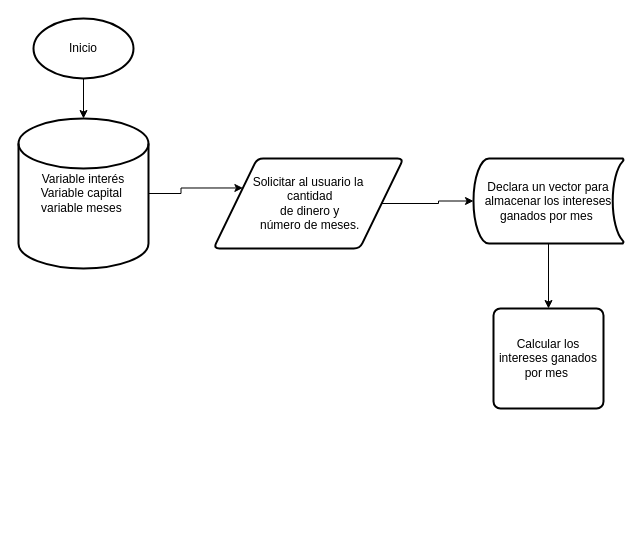
Before: Vectores.drawio in Diego-Campo/sistemas, a draw.io diagram. Source tidied: cells renumbered, new cells numbered last; positions are measured from the earlier drawing's top-left corner, leaving out a move shared by most shapes. Both pictures are drawn from the tidied source at 100%, with x=0, y=0 at pixel (18, 18).
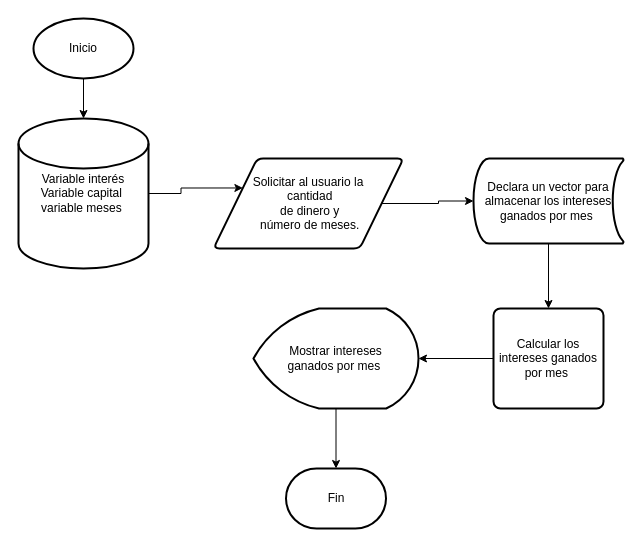
The same diagram, later.

Change to the diagram source:
```diff
@@
 <mxGraphModel>
   <root>
     <mxCell id="0" />
     <mxCell id="1" parent="0" />
     <mxCell id="2" style="edgeStyle=orthogonalEdgeStyle;rounded=0;jettySize=auto;html=1;exitX=0.5;exitY=1;exitDx=0;exitDy=0;exitPerimeter=0;entryX=0.5;entryY=0;entryDx=0;entryDy=0;entryPerimeter=0;" parent="1" edge="1" source="3" target="10">
       <mxGeometry relative="1" as="geometry" />
     </mxCell>
     <mxCell id="3" value="Inicio" style="strokeWidth=2;html=1;shape=mxgraph.flowchart.start_1;whiteSpace=wrap;" parent="1" vertex="1">
       <mxGeometry x="15" width="100" height="60" as="geometry" />
     </mxCell>
     <mxCell id="4" style="edgeStyle=orthogonalEdgeStyle;rounded=0;jettySize=auto;html=1;exitX=1;exitY=0.5;exitDx=0;exitDy=0;entryX=0;entryY=0.5;entryDx=0;entryDy=0;entryPerimeter=0;" parent="1" edge="1" source="5" target="8">
       <mxGeometry relative="1" as="geometry" />
     </mxCell>
     <mxCell id="5" value="&lt;div style=&quot;&quot;&gt;&lt;span style=&quot;background-color: initial;&quot;&gt;Solicitar al usuario la&lt;/span&gt;&lt;/div&gt;&lt;div style=&quot;&quot;&gt;&lt;span style=&quot;background-color: initial;&quot;&gt;&amp;nbsp;cantidad&lt;/span&gt;&lt;/div&gt;&lt;div style=&quot;&quot;&gt;&lt;span style=&quot;background-color: initial;&quot;&gt;&amp;nbsp;de dinero y&lt;/span&gt;&lt;/div&gt;&lt;div style=&quot;&quot;&gt;&lt;span style=&quot;background-color: initial;&quot;&gt;&amp;nbsp;número de meses.&lt;/span&gt;&lt;/div&gt;" style="shape=parallelogram;html=1;strokeWidth=2;perimeter=parallelogramPerimeter;whiteSpace=wrap;rounded=1;arcSize=12;size=0.23;align=center;" parent="1" vertex="1">
       <mxGeometry x="195" y="140" width="190" height="90" as="geometry" />
     </mxCell>
+    <mxCell id="11" style="edgeStyle=orthogonalEdgeStyle;rounded=0;jettySize=auto;html=1;exitX=0;exitY=0.5;exitDx=0;exitDy=0;entryX=1;entryY=0.5;entryDx=0;entryDy=0;entryPerimeter=0;" parent="1" edge="1" source="6" target="13">
+      <mxGeometry relative="1" as="geometry" />
+    </mxCell>
     <mxCell id="6" value="Calcular los intereses ganados por mes&amp;nbsp;" style="rounded=1;whiteSpace=wrap;html=1;absoluteArcSize=1;arcSize=14;strokeWidth=2;" parent="1" vertex="1">
       <mxGeometry x="475" y="290" width="110" height="100" as="geometry" />
     </mxCell>
     <mxCell id="7" style="edgeStyle=orthogonalEdgeStyle;rounded=0;jettySize=auto;html=1;exitX=0.5;exitY=1;exitDx=0;exitDy=0;exitPerimeter=0;entryX=0.5;entryY=0;entryDx=0;entryDy=0;" parent="1" edge="1" source="8" target="6">
       <mxGeometry relative="1" as="geometry" />
     </mxCell>
     <mxCell id="8" value="Declara un vector para almacenar los intereses ganados por mes&amp;nbsp;" style="strokeWidth=2;html=1;shape=mxgraph.flowchart.stored_data;whiteSpace=wrap;" parent="1" vertex="1">
       <mxGeometry x="455" y="140" width="150" height="85" as="geometry" />
     </mxCell>
     <mxCell id="9" style="edgeStyle=orthogonalEdgeStyle;rounded=0;jettySize=auto;html=1;exitX=1;exitY=0.5;exitDx=0;exitDy=0;exitPerimeter=0;entryX=0;entryY=0.25;entryDx=0;entryDy=0;" parent="1" edge="1" source="10" target="5">
       <mxGeometry relative="1" as="geometry" />
     </mxCell>
     <mxCell id="10" value="Variable interés&lt;br&gt;Variable capital&amp;nbsp;&lt;br&gt;variable meses&amp;nbsp;" style="strokeWidth=2;html=1;shape=mxgraph.flowchart.database;whiteSpace=wrap;" parent="1" vertex="1">
       <mxGeometry y="100" width="130" height="150" as="geometry" />
     </mxCell>
+    <mxCell id="12" style="edgeStyle=orthogonalEdgeStyle;rounded=0;jettySize=auto;html=1;exitX=0.5;exitY=1;exitDx=0;exitDy=0;exitPerimeter=0;entryX=0.5;entryY=0;entryDx=0;entryDy=0;entryPerimeter=0;" parent="1" edge="1" source="13" target="14">
+      <mxGeometry relative="1" as="geometry" />
+    </mxCell>
+    <mxCell id="13" value="Mostrar intereses &lt;br&gt;ganados por mes&amp;nbsp;" style="strokeWidth=2;html=1;shape=mxgraph.flowchart.display;whiteSpace=wrap;" parent="1" vertex="1">
+      <mxGeometry x="235" y="290" width="165" height="100" as="geometry" />
+    </mxCell>
+    <mxCell id="14" value="Fin" style="strokeWidth=2;html=1;shape=mxgraph.flowchart.terminator;whiteSpace=wrap;" parent="1" vertex="1">
+      <mxGeometry x="267.5" y="450" width="100" height="60" as="geometry" />
+    </mxCell>
   </root>
 </mxGraphModel>
```
